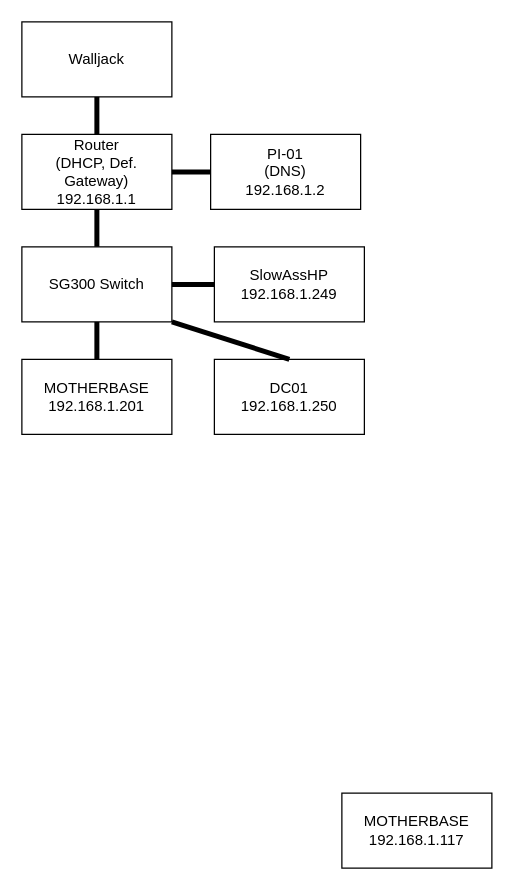
Earlier version of the draw.io diagram Homelab.drawio (JadenMay/Homelab). Source tidied: cells renumbered, new cells numbered last; positions are measured from the earlier drawing's top-left corner, leaving out a move shared by most shapes. Both pictures are drawn from the tidied source at 125%, with x=0, y=0 at pixel (21, 21).
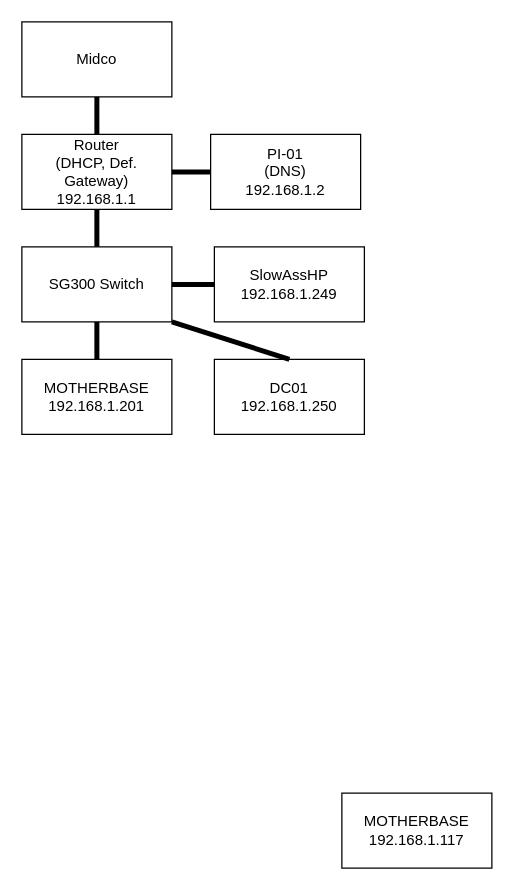
After the change.

The edit, as a diff of the source:
```diff
@@
 <mxGraphModel background="#FFFFFF">
   <root>
     <mxCell id="0" />
     <mxCell id="1" parent="0" />
     <mxCell id="2" style="group;" parent="1" vertex="1">
       <mxGeometry width="290" height="330" as="geometry" />
     </mxCell>
     <mxCell id="3" style="group;" parent="2" vertex="1">
       <mxGeometry width="290" height="150" as="geometry" />
     </mxCell>
-    <mxCell id="4" value="Walljack" style="rounded=0;whiteSpace=wrap;html=1;fontFamily=Helvetica;" parent="3" vertex="1">
+    <mxCell id="4" value="Midco" style="rounded=0;whiteSpace=wrap;html=1;fontFamily=Helvetica;" parent="3" vertex="1">
       <mxGeometry width="120" height="60" as="geometry" />
     </mxCell>
     <mxCell id="5" value="Router&lt;br&gt;(DHCP, Def. Gateway)&lt;br&gt;192.168.1.1" style="rounded=0;whiteSpace=wrap;html=1;fontFamily=Helvetica;" parent="3" vertex="1">
       <mxGeometry y="90" width="120" height="60" as="geometry" />
     </mxCell>
     <mxCell id="6" value="PI-01&lt;br&gt;(DNS)&lt;br&gt;192.168.1.2" style="rounded=0;whiteSpace=wrap;html=1;fontFamily=Helvetica;" parent="3" vertex="1">
       <mxGeometry x="151" y="90" width="120" height="60" as="geometry" />
     </mxCell>
     <mxCell id="7" style="endArrow=none;html=1;rounded=0;fontFamily=Helvetica;entryX=0.5;entryY=1;entryDx=0;entryDy=0;strokeWidth=4;" parent="3" edge="1" target="4">
       <mxGeometry relative="1" as="geometry">
         <mxPoint x="60" y="90" as="sourcePoint" />
       </mxGeometry>
     </mxCell>
     <mxCell id="8" style="endArrow=none;html=1;rounded=0;fontFamily=Helvetica;entryX=1;entryY=0.5;entryDx=0;entryDy=0;strokeWidth=4;exitX=0;exitY=0.5;exitDx=0;exitDy=0;" parent="3" edge="1" source="6" target="5">
       <mxGeometry relative="1" as="geometry" />
     </mxCell>
     <mxCell id="9" style="endArrow=none;html=1;rounded=0;fontFamily=Helvetica;strokeWidth=4;exitX=0.5;exitY=1;exitDx=0;exitDy=0;entryX=0.5;entryY=0;entryDx=0;entryDy=0;" parent="2" edge="1" source="5" target="10">
       <mxGeometry relative="1" as="geometry" />
     </mxCell>
     <mxCell id="10" value="SG300 Switch" style="rounded=0;whiteSpace=wrap;html=1;fontFamily=Helvetica;" parent="2" vertex="1">
       <mxGeometry y="180" width="120" height="60" as="geometry" />
     </mxCell>
     <mxCell id="11" style="endArrow=none;html=1;rounded=0;fontFamily=Helvetica;strokeWidth=4;exitX=0.5;exitY=1;exitDx=0;exitDy=0;entryX=0.5;entryY=0;entryDx=0;entryDy=0;" parent="2" edge="1" source="10" target="12">
       <mxGeometry relative="1" as="geometry" />
     </mxCell>
     <mxCell id="12" value="MOTHERBASE&lt;br&gt;192.168.1.201" style="rounded=0;whiteSpace=wrap;html=1;fontFamily=Helvetica;" parent="2" vertex="1">
       <mxGeometry y="270" width="120" height="60" as="geometry" />
     </mxCell>
     <mxCell id="13" value="SlowAssHP&lt;br&gt;192.168.1.249" style="rounded=0;whiteSpace=wrap;html=1;fontFamily=Helvetica;" parent="2" vertex="1">
       <mxGeometry x="154" y="180" width="120" height="60" as="geometry" />
     </mxCell>
     <mxCell id="14" value="DC01&lt;br&gt;192.168.1.250" style="rounded=0;whiteSpace=wrap;html=1;fontFamily=Helvetica;" parent="2" vertex="1">
       <mxGeometry x="154" y="270" width="120" height="60" as="geometry" />
     </mxCell>
     <mxCell id="15" style="endArrow=none;html=1;rounded=0;fontFamily=Helvetica;strokeWidth=4;exitX=1;exitY=1;exitDx=0;exitDy=0;entryX=0.5;entryY=0;entryDx=0;entryDy=0;" parent="2" edge="1" source="10" target="14">
       <mxGeometry relative="1" as="geometry" />
     </mxCell>
     <mxCell id="16" style="endArrow=none;html=1;rounded=0;fontFamily=Helvetica;strokeWidth=4;exitX=1;exitY=0.5;exitDx=0;exitDy=0;entryX=0;entryY=0.5;entryDx=0;entryDy=0;" parent="2" edge="1" source="10" target="13">
       <mxGeometry relative="1" as="geometry" />
     </mxCell>
     <mxCell id="17" value="MOTHERBASE&lt;br&gt;192.168.1.117" style="rounded=0;whiteSpace=wrap;html=1;fontFamily=Helvetica;" parent="1" vertex="1">
       <mxGeometry x="256" y="617" width="120" height="60" as="geometry" />
     </mxCell>
   </root>
 </mxGraphModel>
```
